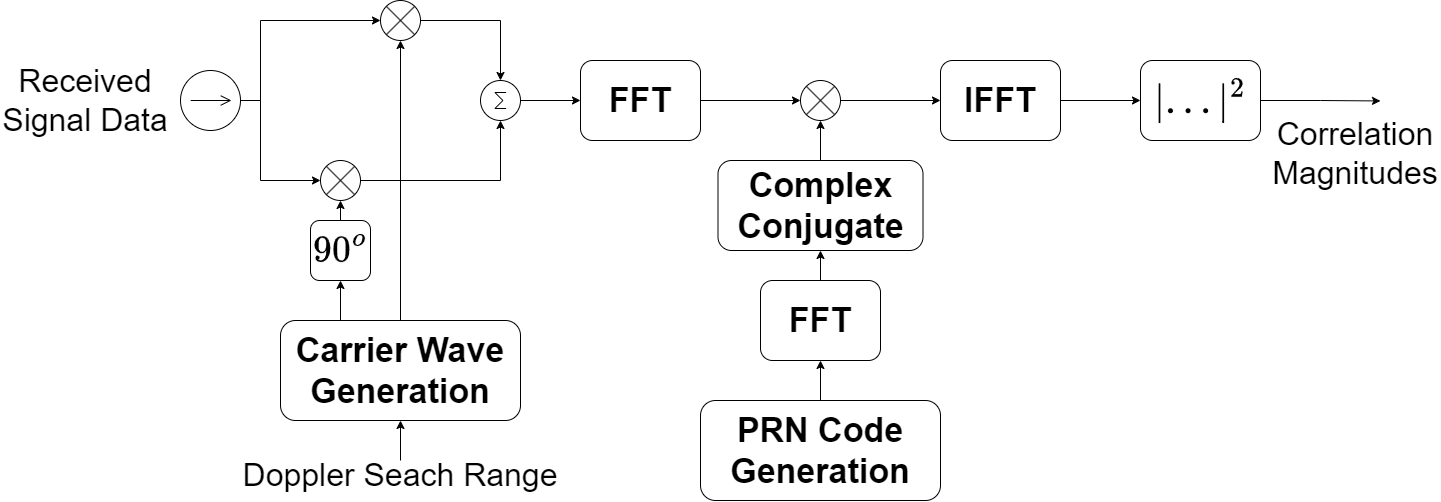
The draw.io diagram Figures/PCPS.drawio.png in nsm0014-thesis/print, before a commit. Source tidied: cells renumbered, new cells last; positions are measured from the earlier drawing's top-left corner, leaving out a move shared by most shapes.
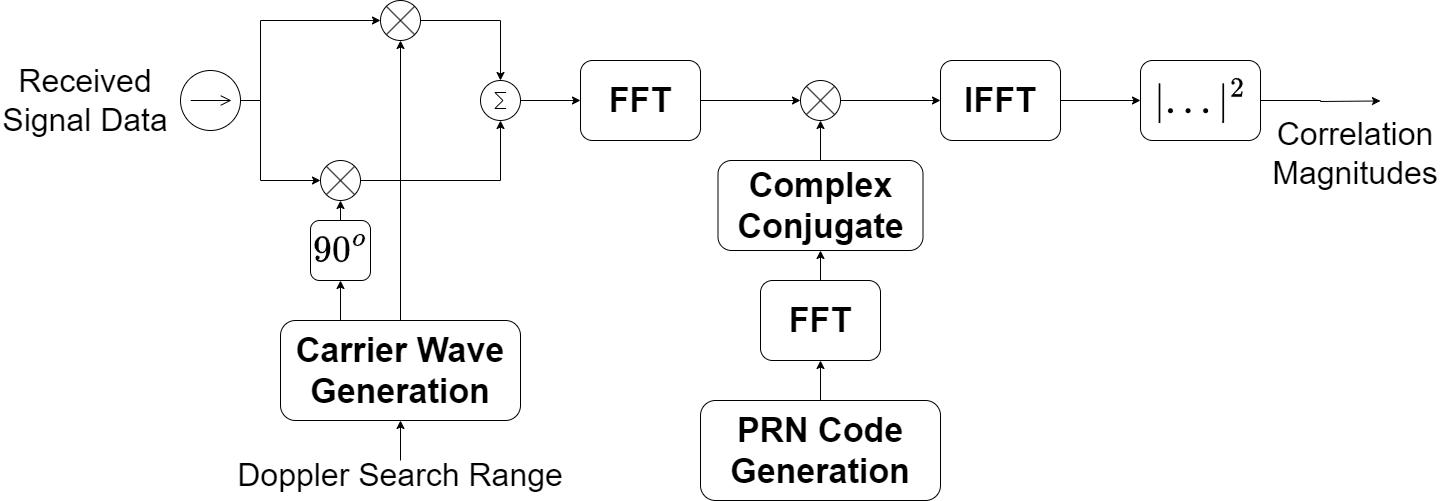
After the change.

Change to the diagram source:
```diff
@@ -81,7 +81,7 @@
     <mxCell id="24" style="edgeStyle=orthogonalEdgeStyle;rounded=0;jettySize=auto;html=1;exitX=0.5;exitY=0;exitDx=0;exitDy=0;entryX=0.5;entryY=1;entryDx=0;entryDy=0;" parent="1" edge="1" source="25" target="23">
       <mxGeometry relative="1" as="geometry" />
     </mxCell>
-    <mxCell id="25" value="&lt;font size=&quot;1&quot; style=&quot;&quot;&gt;&lt;span style=&quot;font-size: 32px;&quot;&gt;Doppler Seach Range&lt;/span&gt;&lt;/font&gt;" style="text;html=1;strokeColor=none;fillColor=none;align=center;verticalAlign=middle;whiteSpace=wrap;rounded=0;" parent="1" vertex="1">
+    <mxCell id="25" value="&lt;font size=&quot;1&quot; style=&quot;&quot;&gt;&lt;span style=&quot;font-size: 32px;&quot;&gt;Doppler Search Range&lt;/span&gt;&lt;/font&gt;" style="text;html=1;strokeColor=none;fillColor=none;align=center;verticalAlign=middle;whiteSpace=wrap;rounded=0;" parent="1" vertex="1">
       <mxGeometry x="230" y="460" width="340" height="30" as="geometry" />
     </mxCell>
     <mxCell id="26" style="edgeStyle=orthogonalEdgeStyle;rounded=0;jettySize=auto;html=1;exitX=0.5;exitY=0;exitDx=0;exitDy=0;" parent="1" edge="1" source="27" target="14">
```
